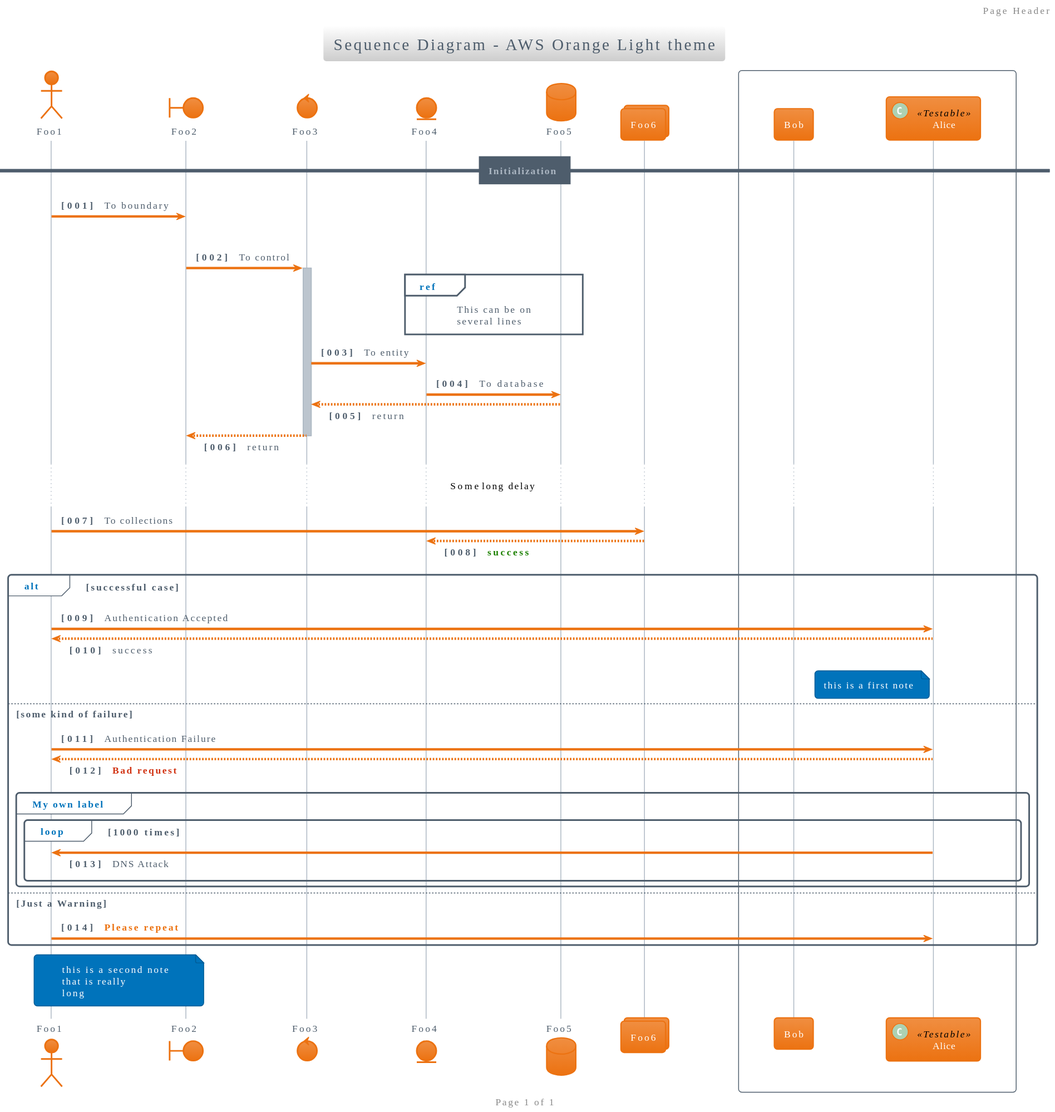
bschwarz/puml-themes keeps this PlantUML diagram as themes/aws-orange-light/sequence-ex.svg. Above is the earlier version.
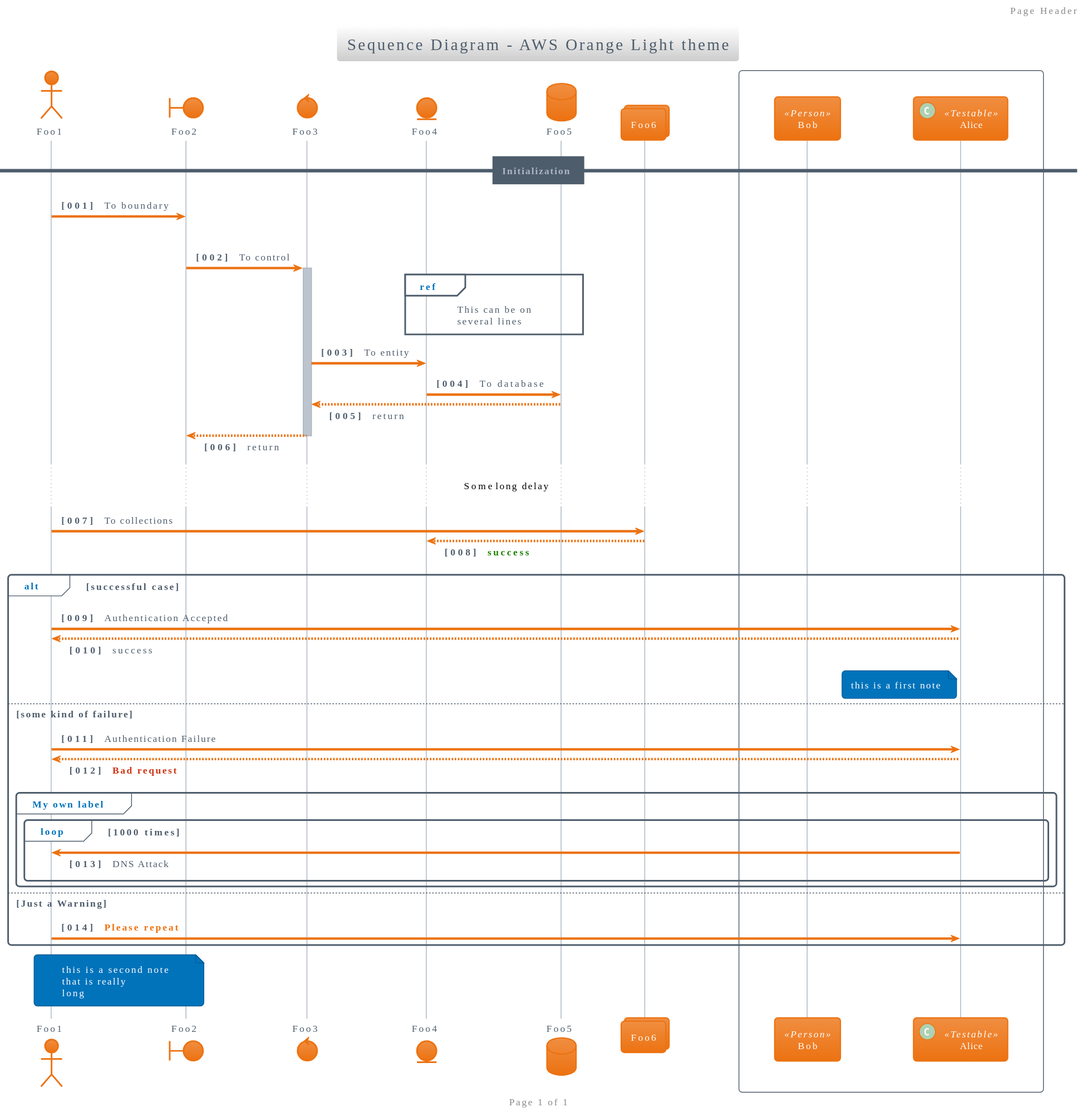
Above is the later version.

What changed in the source:
```diff
@@ -170,6 +170,7 @@
 	ReferenceFontColor $DARK
 	ReferenceHeaderFontColor $INFO
 	ReferenceHeaderBackgroundColor $SECONDARY
+	StereotypeFontColor $PRIMARY_TEXT
 }
 !endsub
 
@@ -401,7 +402,7 @@
 entity Foo4
 database Foo5
 collections Foo6
-participant Bob
+participant Bob << Person >>
 participant Alice << (C,#ADD1B2) Testable >>
 
 box "Internal Service"
```
